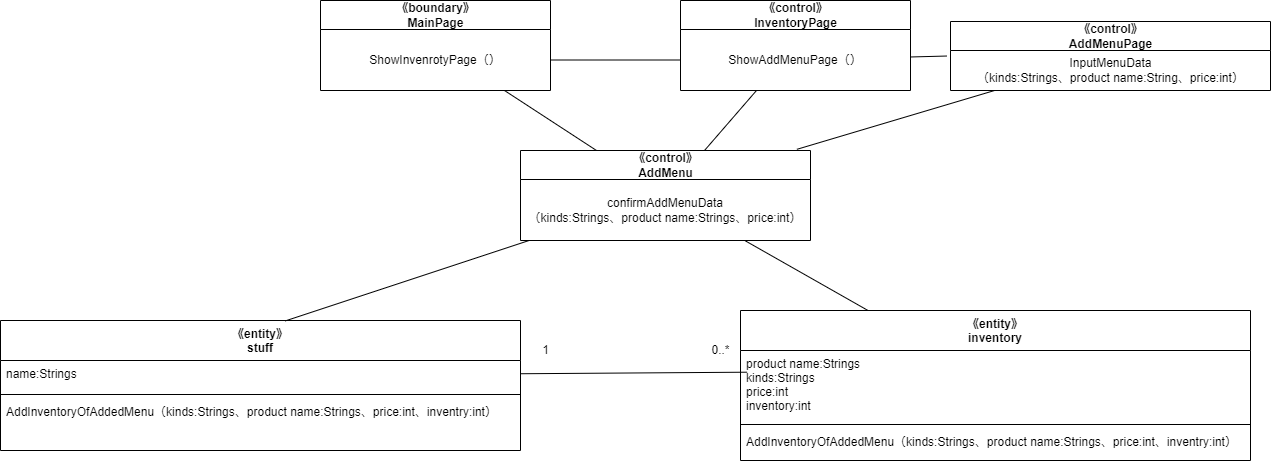
Above: psp4/設計モデルのクラス/設計モデルクラス図_新メニュー.drawio.png in MasakiHiguchi/--- (draw.io), before the change. Source tidied: cells renumbered, new cells last; positions are measured from the earlier drawing's top-left corner, leaving out a move shared by most shapes.
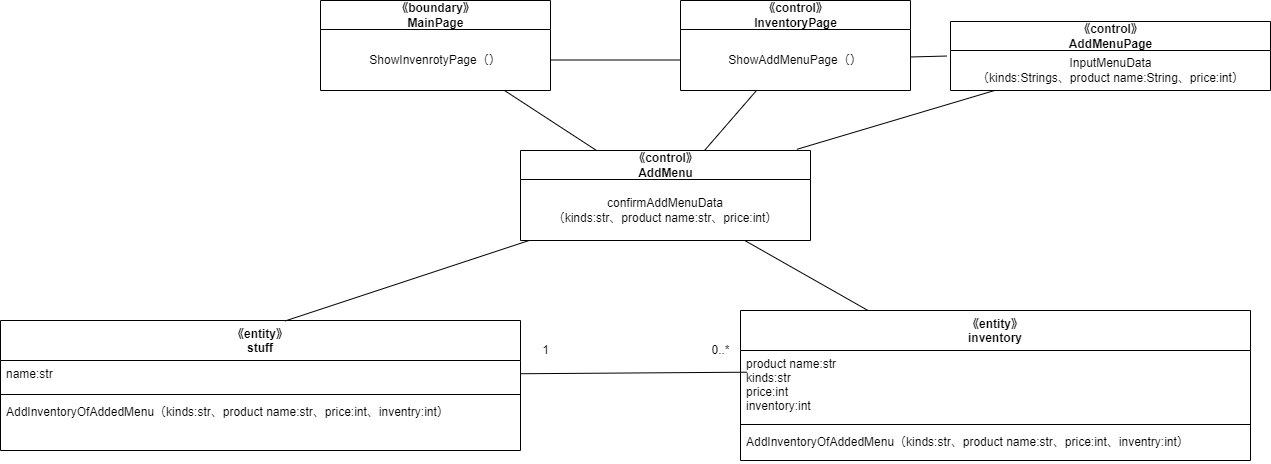
After the commit.

Change to the diagram source:
```diff
@@ -5,25 +5,25 @@
     <mxCell id="2" value="《entity》&#10;stuff" style="swimlane;fontStyle=1;align=center;verticalAlign=top;horizontal=1;startSize=40;" parent="1" vertex="1">
       <mxGeometry y="320" width="520" height="130" as="geometry" />
     </mxCell>
-    <mxCell id="3" value="name:Strings" style="text;strokeColor=none;fillColor=none;align=left;verticalAlign=top;spacingLeft=4;spacingRight=4;overflow=hidden;points=[[0,0.5],[1,0.5]];portConstraint=eastwest;" parent="2" vertex="1">
+    <mxCell id="3" value="name:str" style="text;strokeColor=none;fillColor=none;align=left;verticalAlign=top;spacingLeft=4;spacingRight=4;overflow=hidden;points=[[0,0.5],[1,0.5]];portConstraint=eastwest;" parent="2" vertex="1">
       <mxGeometry y="40" width="520" height="30" as="geometry" />
     </mxCell>
     <mxCell id="4" style="line;strokeWidth=1;fillColor=none;align=left;verticalAlign=middle;spacingTop=-1;spacingLeft=3;spacingRight=3;labelPosition=right;strokeColor=inherit;" parent="2" vertex="1">
       <mxGeometry y="70" width="520" height="8" as="geometry" />
     </mxCell>
-    <mxCell id="5" value="AddInventoryOfAddedMenu（kinds:Strings、product name:Strings、price:int、inventry:int）" style="text;strokeColor=none;fillColor=none;align=left;verticalAlign=top;spacingLeft=4;spacingRight=4;overflow=hidden;" parent="2" vertex="1">
+    <mxCell id="5" value="AddInventoryOfAddedMenu（kinds:str、product name:str、price:int、inventry:int）" style="text;strokeColor=none;fillColor=none;align=left;verticalAlign=top;spacingLeft=4;spacingRight=4;overflow=hidden;" parent="2" vertex="1">
       <mxGeometry y="78" width="520" height="52" as="geometry" />
     </mxCell>
     <mxCell id="6" value="《entity》&#10;inventory" style="swimlane;fontStyle=1;align=center;verticalAlign=top;horizontal=1;startSize=40;" parent="1" vertex="1">
       <mxGeometry x="740" y="310" width="510" height="150" as="geometry" />
     </mxCell>
-    <mxCell id="7" value="product name:Strings&#10;kinds:Strings&#10;price:int&#10;inventory:int" style="text;strokeColor=none;fillColor=none;align=left;verticalAlign=top;spacingLeft=4;spacingRight=4;overflow=hidden;points=[[0,0.5],[1,0.5]];portConstraint=eastwest;" parent="6" vertex="1">
+    <mxCell id="7" value="product name:str&#10;kinds:str&#10;price:int&#10;inventory:int" style="text;strokeColor=none;fillColor=none;align=left;verticalAlign=top;spacingLeft=4;spacingRight=4;overflow=hidden;points=[[0,0.5],[1,0.5]];portConstraint=eastwest;" parent="6" vertex="1">
       <mxGeometry y="40" width="510" height="70" as="geometry" />
     </mxCell>
     <mxCell id="8" style="line;strokeWidth=1;fillColor=none;align=left;verticalAlign=middle;spacingTop=-1;spacingLeft=3;spacingRight=3;labelPosition=right;strokeColor=inherit;" parent="6" vertex="1">
       <mxGeometry y="110" width="510" height="8" as="geometry" />
     </mxCell>
-    <mxCell id="9" value="AddInventoryOfAddedMenu（kinds:Strings、product name:Strings、price:int、inventry:int）" style="text;strokeColor=none;fillColor=none;align=left;verticalAlign=top;spacingLeft=4;spacingRight=4;overflow=hidden;" parent="6" vertex="1">
+    <mxCell id="9" value="AddInventoryOfAddedMenu（kinds:str、product name:str、price:int、inventry:int）" style="text;strokeColor=none;fillColor=none;align=left;verticalAlign=top;spacingLeft=4;spacingRight=4;overflow=hidden;" parent="6" vertex="1">
       <mxGeometry y="118" width="510" height="32" as="geometry" />
     </mxCell>
     <mxCell id="10" style="edgeStyle=none;html=1;entryX=0.013;entryY=0.31;entryDx=0;entryDy=0;entryPerimeter=0;endArrow=none;endFill=0;" parent="1" edge="1" source="3" target="7">
@@ -44,7 +44,7 @@
     <mxCell id="15" value="《control》&lt;br&gt;AddMenu" style="swimlane;fontStyle=1;align=center;verticalAlign=middle;horizontal=1;startSize=29;html=1;" parent="1" vertex="1">
       <mxGeometry x="520" y="150" width="290" height="90" as="geometry" />
     </mxCell>
-    <mxCell id="16" value="confirmAddMenuData&lt;br&gt;（kinds:Strings、product name:Strings、price:int）" style="text;html=1;strokeColor=none;fillColor=none;align=center;verticalAlign=middle;spacingLeft=4;spacingRight=4;overflow=hidden;" parent="15" vertex="1">
+    <mxCell id="16" value="confirmAddMenuData&lt;br&gt;（kinds:str、product name:str、price:int）" style="text;html=1;strokeColor=none;fillColor=none;align=center;verticalAlign=middle;spacingLeft=4;spacingRight=4;overflow=hidden;" parent="15" vertex="1">
       <mxGeometry y="29" width="290" height="61" as="geometry" />
     </mxCell>
     <mxCell id="17" style="edgeStyle=none;html=1;endArrow=none;endFill=0;" parent="1" edge="1" source="18" target="15">
```
